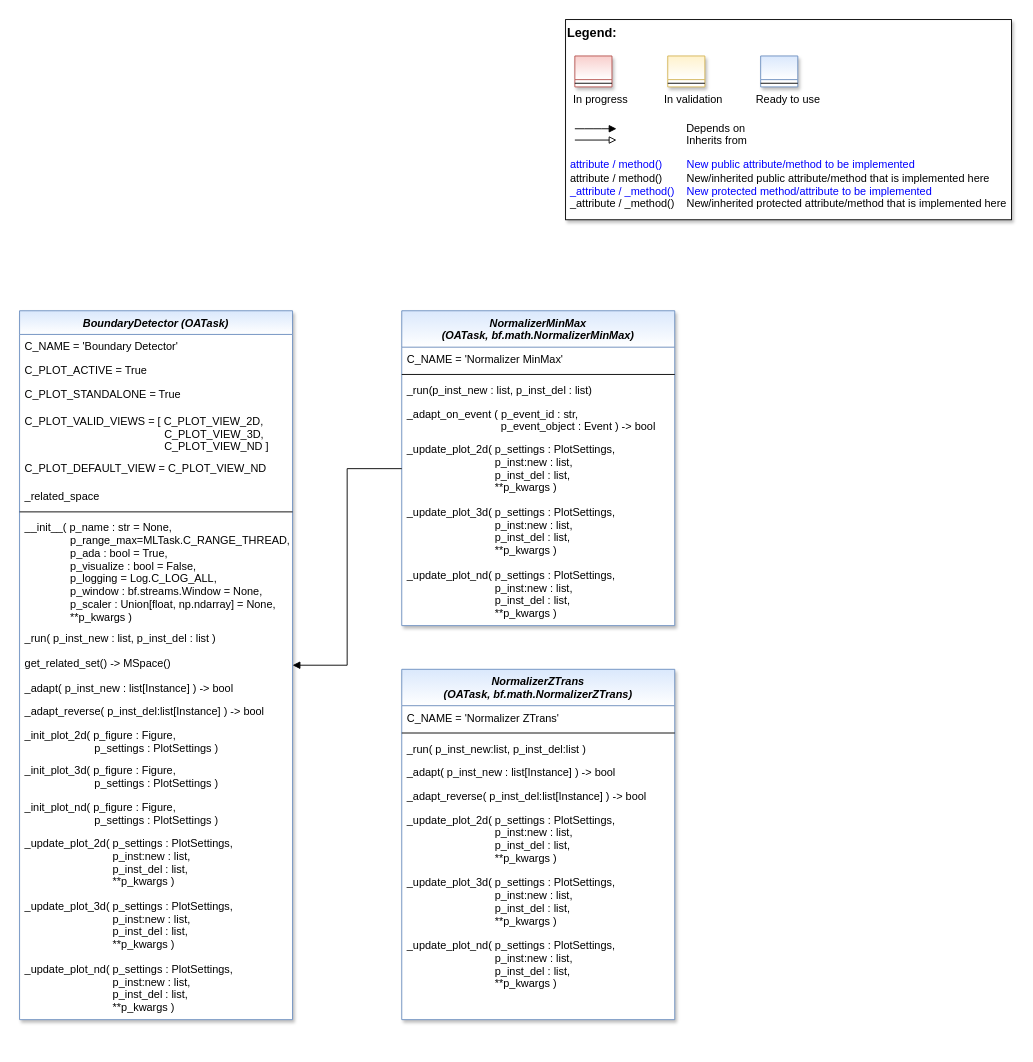
This is doc/rtd/content/04_appendices/appendix2/sub/core/mlpro_oa/streams/tasks/images/MLPro-OA-Preprocessing-Tasks_class_diagram.drawio from fhswf/MLPro, a draw.io file, before an edit. Source tidied: cells renumbered, new cells numbered last; positions are measured from the earlier drawing's top-left corner, leaving out a move shared by most shapes. Both pictures are drawn from the tidied source at 91%, with x=0, y=0 at pixel (19, 19).
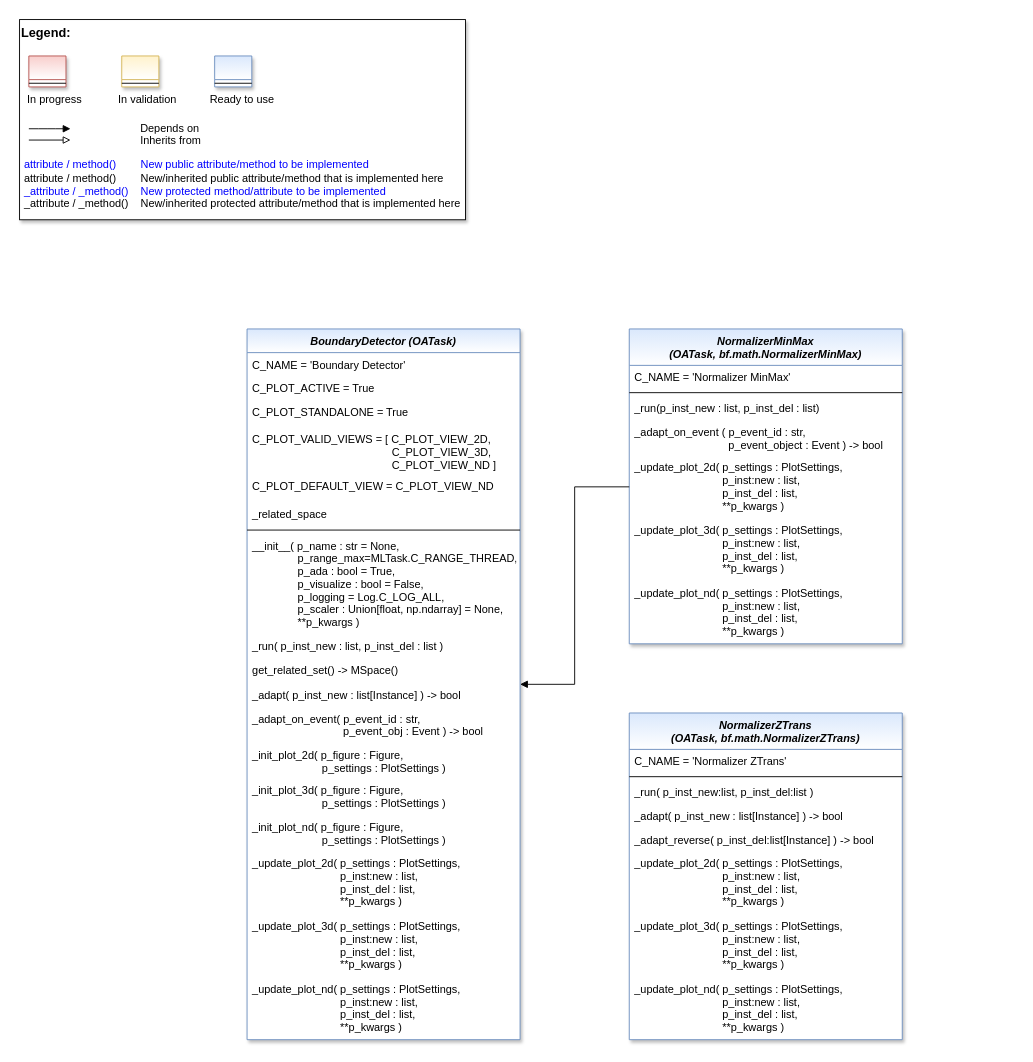
The same page after the edit.

Change to the diagram source:
```diff
@@
     <mxCell id="2" style="group;" parent="1" vertex="1">
-      <mxGeometry x="600" width="490" height="220" as="geometry" />
+      <mxGeometry width="490" height="220" as="geometry" />
     </mxCell>
@@
     <mxCell id="12" value="BoundaryDetector (OATask)" style="swimlane;fontStyle=3;align=center;verticalAlign=top;horizontal=1;startSize=26;rounded=0;shadow=1;strokeWidth=1;fillColor=#dae8fc;strokeColor=#6c8ebf;swimlaneFillColor=#ffffff;gradientColor=#FFFFFF;fontColor=default;" parent="1" vertex="1">
-      <mxGeometry y="320" width="300" height="779" as="geometry" />
+      <mxGeometry x="250" y="340" width="300" height="781" as="geometry" />
     </mxCell>
@@
-    <mxCell id="20" value="__init__( p_name : str = None,&#10;               p_range_max=MLTask.C_RANGE_THREAD,&#10;               p_ada : bool = True,&#10;               p_visualize : bool = False,&#10;               p_logging = Log.C_LOG_ALL,&#10;               p_window : bf.streams.Window = None,&#10;               p_scaler : Union[float, np.ndarray] = None,&#10;               **p_kwargs )" style="text;align=left;verticalAlign=top;spacingLeft=4;spacingRight=4;overflow=hidden;fontColor=default;" parent="12" vertex="1">
-      <mxGeometry y="225" width="300" height="122" as="geometry" />
+    <mxCell id="20" value="__init__( p_name : str = None,&#10;               p_range_max=MLTask.C_RANGE_THREAD,&#10;               p_ada : bool = True,&#10;               p_visualize : bool = False,&#10;               p_logging = Log.C_LOG_ALL,&#10;               p_scaler : Union[float, np.ndarray] = None,&#10;               **p_kwargs )" style="text;align=left;verticalAlign=top;spacingLeft=4;spacingRight=4;overflow=hidden;fontColor=default;" parent="12" vertex="1">
+      <mxGeometry y="225" width="300" height="110" as="geometry" />
     </mxCell>
     <mxCell id="21" value="_run( p_inst_new : list, p_inst_del : list )" style="text;align=left;verticalAlign=top;spacingLeft=4;spacingRight=4;overflow=hidden;fontColor=default;" parent="12" vertex="1">
-      <mxGeometry y="347" width="300" height="27" as="geometry" />
+      <mxGeometry y="335" width="300" height="27" as="geometry" />
     </mxCell>
     <mxCell id="22" value="get_related_set() -&gt; MSpace()" style="text;align=left;verticalAlign=top;spacingLeft=4;spacingRight=4;overflow=hidden;fontColor=default;" parent="12" vertex="1">
-      <mxGeometry y="374" width="300" height="27" as="geometry" />
+      <mxGeometry y="362" width="300" height="27" as="geometry" />
     </mxCell>
     <mxCell id="23" value="_adapt( p_inst_new : list[Instance] ) -&gt; bool" style="text;align=left;verticalAlign=top;spacingLeft=4;spacingRight=4;overflow=hidden;fontColor=default;" parent="12" vertex="1">
-      <mxGeometry y="401" width="300" height="26" as="geometry" />
+      <mxGeometry y="389" width="300" height="26" as="geometry" />
     </mxCell>
-    <mxCell id="24" value="_adapt_reverse( p_inst_del:list[Instance] ) -&gt; bool" style="text;align=left;verticalAlign=top;spacingLeft=4;spacingRight=4;overflow=hidden;fontColor=default;" parent="12" vertex="1">
-      <mxGeometry y="427" width="300" height="26" as="geometry" />
+    <mxCell id="24" value="_adapt_on_event( p_event_id : str, &#10;                              p_event_obj : Event ) -&gt; bool" style="text;align=left;verticalAlign=top;spacingLeft=4;spacingRight=4;overflow=hidden;fontColor=default;" parent="12" vertex="1">
+      <mxGeometry y="415" width="300" height="40" as="geometry" />
     </mxCell>
     <mxCell id="25" value="_init_plot_2d( p_figure : Figure, &#10;                       p_settings : PlotSettings )" style="text;align=left;verticalAlign=top;spacingLeft=4;spacingRight=4;overflow=hidden;fontColor=default;" parent="12" vertex="1">
-      <mxGeometry y="453" width="300" height="39" as="geometry" />
+      <mxGeometry y="455" width="300" height="39" as="geometry" />
     </mxCell>
     <mxCell id="26" value="_init_plot_3d( p_figure : Figure, &#10;                       p_settings : PlotSettings )" style="text;align=left;verticalAlign=top;spacingLeft=4;spacingRight=4;overflow=hidden;fontColor=default;" parent="12" vertex="1">
-      <mxGeometry y="492" width="300" height="40" as="geometry" />
+      <mxGeometry y="494" width="300" height="40" as="geometry" />
     </mxCell>
     <mxCell id="27" value="_init_plot_nd( p_figure : Figure, &#10;                       p_settings : PlotSettings )" style="text;align=left;verticalAlign=top;spacingLeft=4;spacingRight=4;overflow=hidden;fontColor=default;" parent="12" vertex="1">
-      <mxGeometry y="532" width="300" height="40" as="geometry" />
+      <mxGeometry y="534" width="300" height="40" as="geometry" />
     </mxCell>
     <mxCell id="28" value="_update_plot_2d( p_settings : PlotSettings,&#10;                             p_inst:new : list,&#10;                             p_inst_del : list,&#10;                             **p_kwargs )" style="text;align=left;verticalAlign=top;spacingLeft=4;spacingRight=4;overflow=hidden;fontColor=default;" parent="12" vertex="1">
-      <mxGeometry y="572" width="300" height="69" as="geometry" />
+      <mxGeometry y="574" width="300" height="69" as="geometry" />
     </mxCell>
     <mxCell id="29" value="_update_plot_3d( p_settings : PlotSettings,&#10;                             p_inst:new : list,&#10;                             p_inst_del : list,&#10;                             **p_kwargs )" style="text;align=left;verticalAlign=top;spacingLeft=4;spacingRight=4;overflow=hidden;fontColor=default;" parent="12" vertex="1">
-      <mxGeometry y="641" width="300" height="69" as="geometry" />
+      <mxGeometry y="643" width="300" height="69" as="geometry" />
     </mxCell>
     <mxCell id="30" value="_update_plot_nd( p_settings : PlotSettings,&#10;                             p_inst:new : list,&#10;                             p_inst_del : list,&#10;                             **p_kwargs )" style="text;align=left;verticalAlign=top;spacingLeft=4;spacingRight=4;overflow=hidden;fontColor=default;" parent="12" vertex="1">
-      <mxGeometry y="710" width="300" height="69" as="geometry" />
+      <mxGeometry y="712" width="300" height="69" as="geometry" />
     </mxCell>
     <mxCell id="31" value="NormalizerZTrans &#10;(OATask, bf.math.NormalizerZTrans)" style="swimlane;fontStyle=3;align=center;verticalAlign=top;horizontal=1;startSize=40;rounded=0;shadow=1;strokeWidth=1;fillColor=#dae8fc;strokeColor=#6c8ebf;swimlaneFillColor=#ffffff;gradientColor=#FFFFFF;" parent="1" vertex="1">
-      <mxGeometry x="420" y="714" width="300" height="385" as="geometry" />
+      <mxGeometry x="670" y="762" width="300" height="359" as="geometry" />
     </mxCell>
@@
     <mxCell id="40" value="NormalizerMinMax &#10;(OATask, bf.math.NormalizerMinMax)" style="swimlane;fontStyle=3;align=center;verticalAlign=top;horizontal=1;startSize=40;rounded=0;shadow=1;strokeWidth=1;fillColor=#dae8fc;strokeColor=#6c8ebf;swimlaneFillColor=#ffffff;gradientColor=#FFFFFF;" parent="1" vertex="1">
-      <mxGeometry x="420" y="320" width="300" height="346" as="geometry" />
+      <mxGeometry x="670" y="340" width="300" height="346" as="geometry" />
     </mxCell>
```
